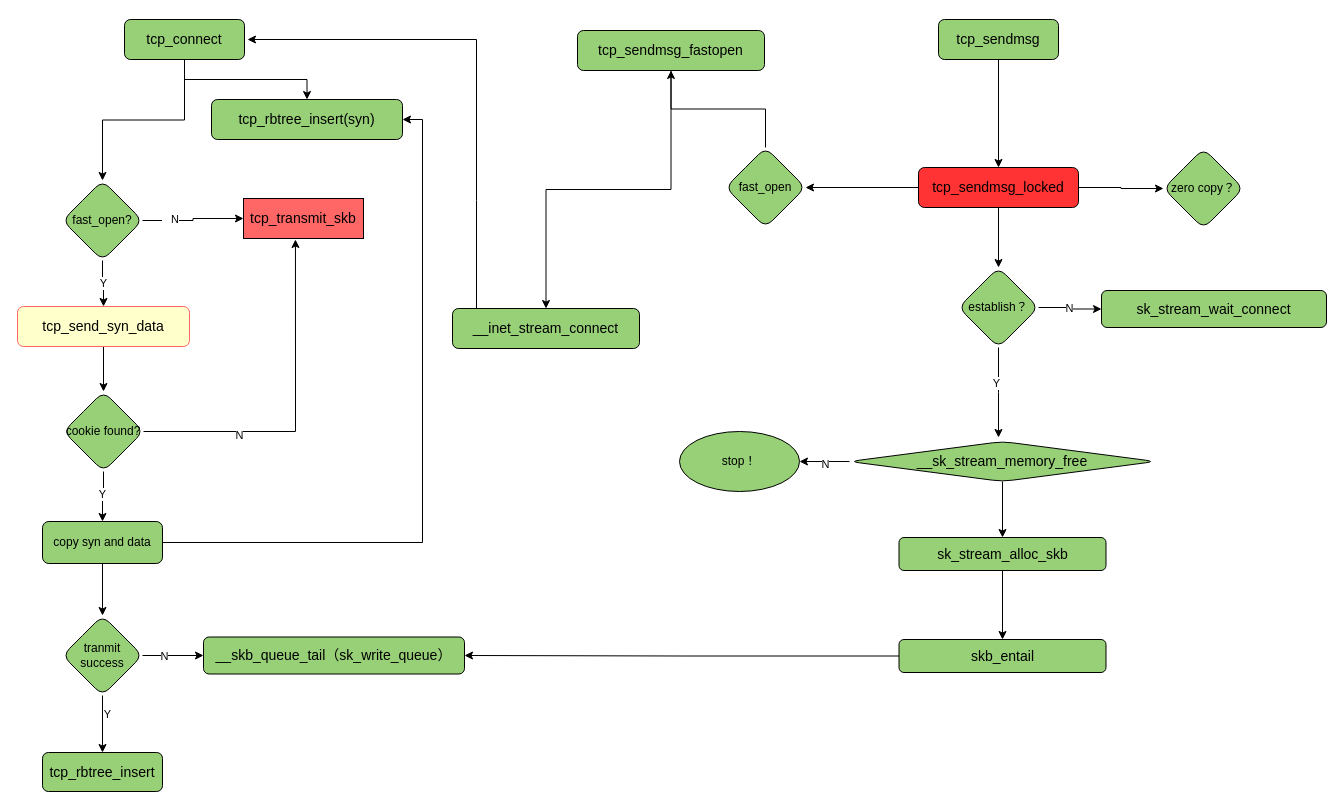
Earlier version of the draw.io diagram linux-kernel/tcp.drawio (byrcoder/essay). Source tidied: cells renumbered, new cells numbered last; positions are measured from the earlier drawing's top-left corner, leaving out a move shared by most shapes. Both pictures are drawn from the tidied source at 100%, with x=0, y=0 at pixel (17, 19).
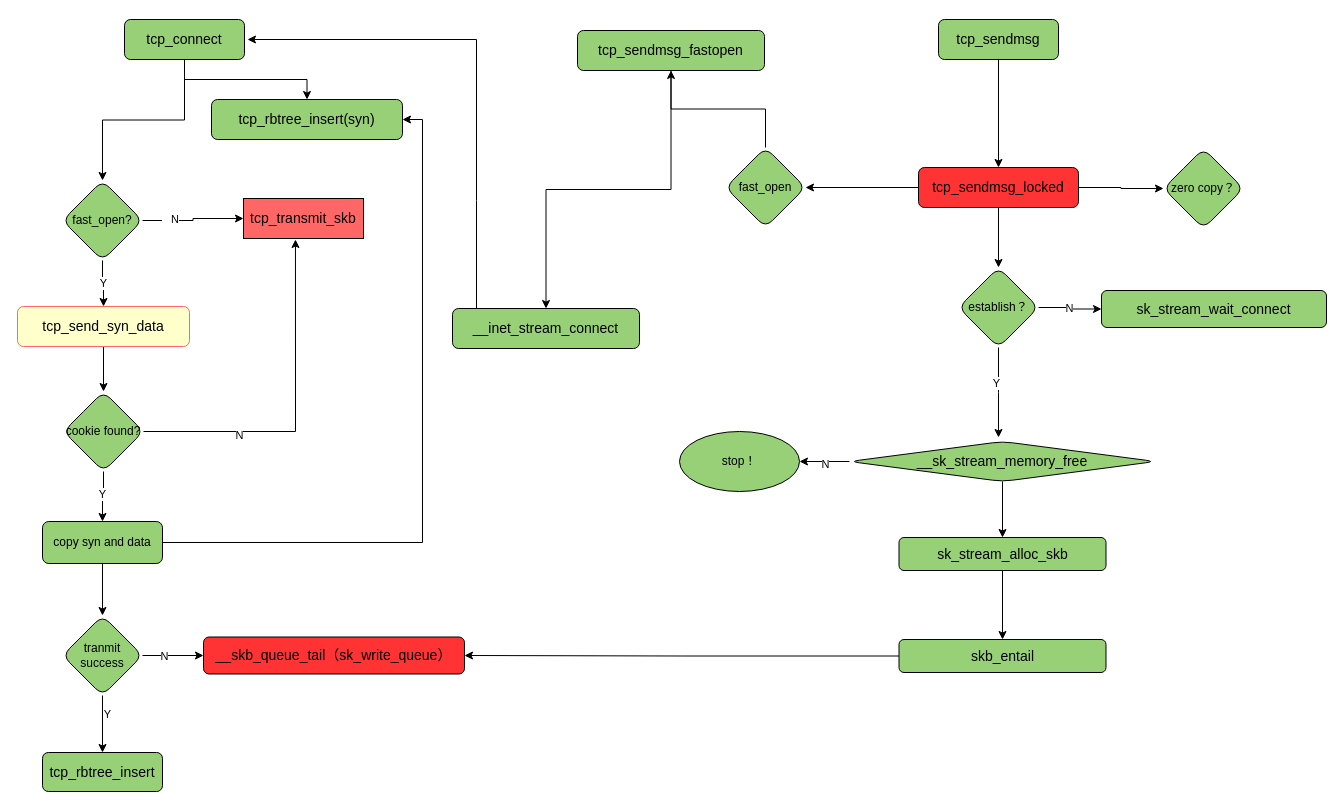
After the change.

The edit, as a diff of the source:
```diff
@@
-    <mxCell id="27" value="&lt;pre style=&quot;font-family: &amp;quot;jetbrains mono&amp;quot; ; font-size: 10.5pt&quot;&gt;&lt;span style=&quot;background-color: rgb(151 , 208 , 119)&quot;&gt;__skb_queue_tail（&lt;font&gt;sk_write_queue&lt;/font&gt;）&lt;/span&gt;&lt;/pre&gt;" style="whiteSpace=wrap;html=1;fillColor=#97D077;rounded=1;glass=0;strokeWidth=1;shadow=0;fontColor=#000000;" parent="1" vertex="1">
+    <mxCell id="27" value="&lt;pre style=&quot;font-family: &amp;#34;jetbrains mono&amp;#34; ; font-size: 10.5pt&quot;&gt;&lt;span style=&quot;background-color: rgb(255 , 51 , 51)&quot;&gt;__skb_queue_tail（&lt;font&gt;sk_write_queue&lt;/font&gt;）&lt;/span&gt;&lt;/pre&gt;" style="whiteSpace=wrap;html=1;fillColor=#FF3333;rounded=1;glass=0;strokeWidth=1;shadow=0;fontColor=#000000;" parent="1" vertex="1">
       <mxGeometry x="186" y="617.5" width="261" height="37" as="geometry" />
     </mxCell>
```
